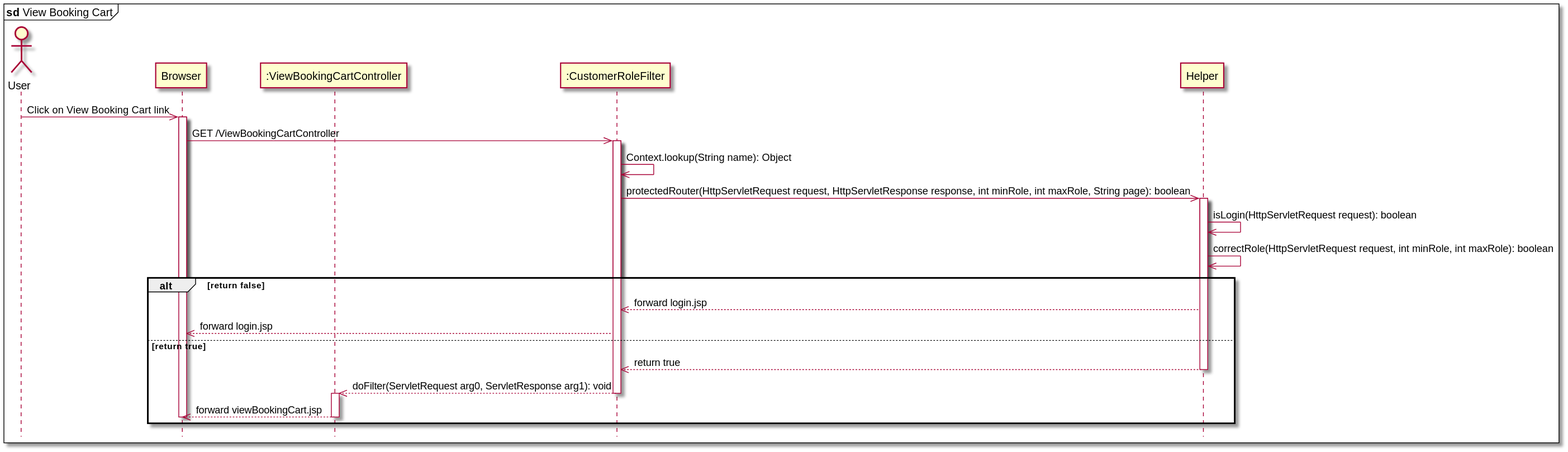
Earlier version of the PlantUML export data/sequence/viewBookingCart.svg (tantruong2303/booking-hotel). The source it was exported from:
```plantuml
@startuml viewBookingCart

hide footbox
mainframe <b>sd</b> View Booking Cart
actor User
participant "Browser" as Browser
participant ":ViewBookingCartController" as ViewBookingCartController
participant ":CustomerRoleFilter" as CustomerRoleFilter
participant "Helper" as Helper

User ->> Browser: Click on View Booking Cart link
activate Browser

Browser ->> CustomerRoleFilter: GET /ViewBookingCartController
activate CustomerRoleFilter
CustomerRoleFilter ->> CustomerRoleFilter: Context.lookup(String name): Object
CustomerRoleFilter ->> Helper: protectedRouter(HttpServletRequest request, HttpServletResponse response, int minRole, int maxRole, String page): boolean
activate Helper
Helper ->> Helper: isLogin(HttpServletRequest request): boolean
Helper ->> Helper: correctRole(HttpServletRequest request, int minRole, int maxRole): boolean
alt return false
    Helper -->> CustomerRoleFilter: forward login.jsp
    CustomerRoleFilter -->> Browser: forward login.jsp
else return true
    Helper -->> CustomerRoleFilter: return true
    deactivate Helper
    CustomerRoleFilter -->> ViewBookingCartController: doFilter(ServletRequest arg0, ServletResponse arg1): void
    deactivate CustomerRoleFilter
    activate ViewBookingCartController
    ViewBookingCartController -->> Browser: forward viewBookingCart.jsp
    deactivate ViewBookingCartController
    deactivate Browser
end
@enduml
```
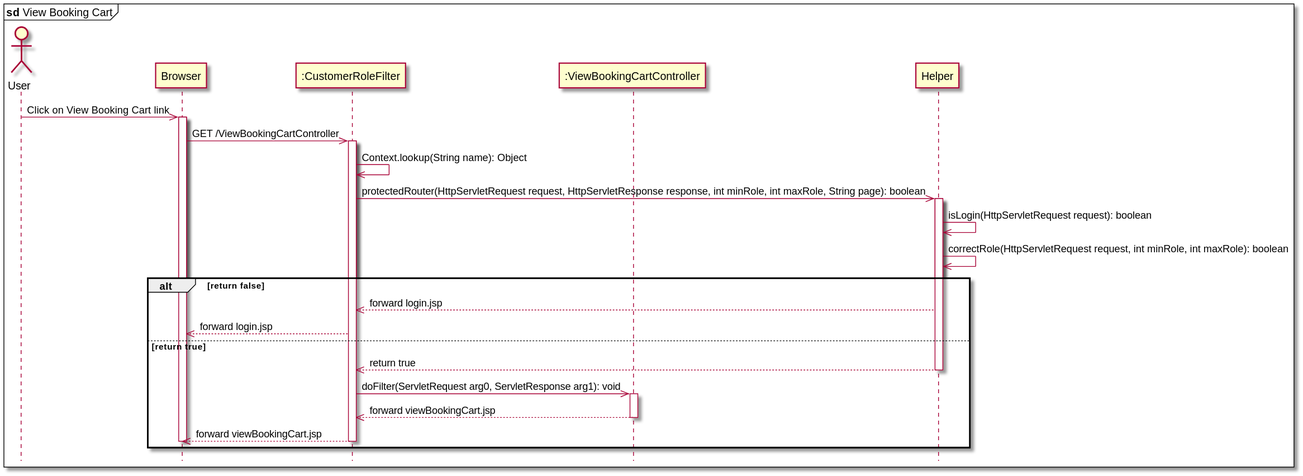
Later version of the same file.

What changed in the source:
```diff
@@ -4,8 +4,8 @@
 mainframe <b>sd</b> View Booking Cart
 actor User
 participant "Browser" as Browser
+participant ":CustomerRoleFilter" as CustomerRoleFilter
 participant ":ViewBookingCartController" as ViewBookingCartController
-participant ":CustomerRoleFilter" as CustomerRoleFilter
 participant "Helper" as Helper
 
 User ->> Browser: Click on View Booking Cart link
@@ -24,11 +24,12 @@
 else return true
     Helper -->> CustomerRoleFilter: return true
     deactivate Helper
-    CustomerRoleFilter -->> ViewBookingCartController: doFilter(ServletRequest arg0, ServletResponse arg1): void
+    CustomerRoleFilter ->> ViewBookingCartController: doFilter(ServletRequest arg0, ServletResponse arg1): void
+    activate ViewBookingCartController
+    ViewBookingCartController -->> CustomerRoleFilter: forward viewBookingCart.jsp
+    deactivate ViewBookingCartController
+    CustomerRoleFilter -->> Browser: forward viewBookingCart.jsp
     deactivate CustomerRoleFilter
-    activate ViewBookingCartController
-    ViewBookingCartController -->> Browser: forward viewBookingCart.jsp
-    deactivate ViewBookingCartController
     deactivate Browser
 end
 @enduml
```
